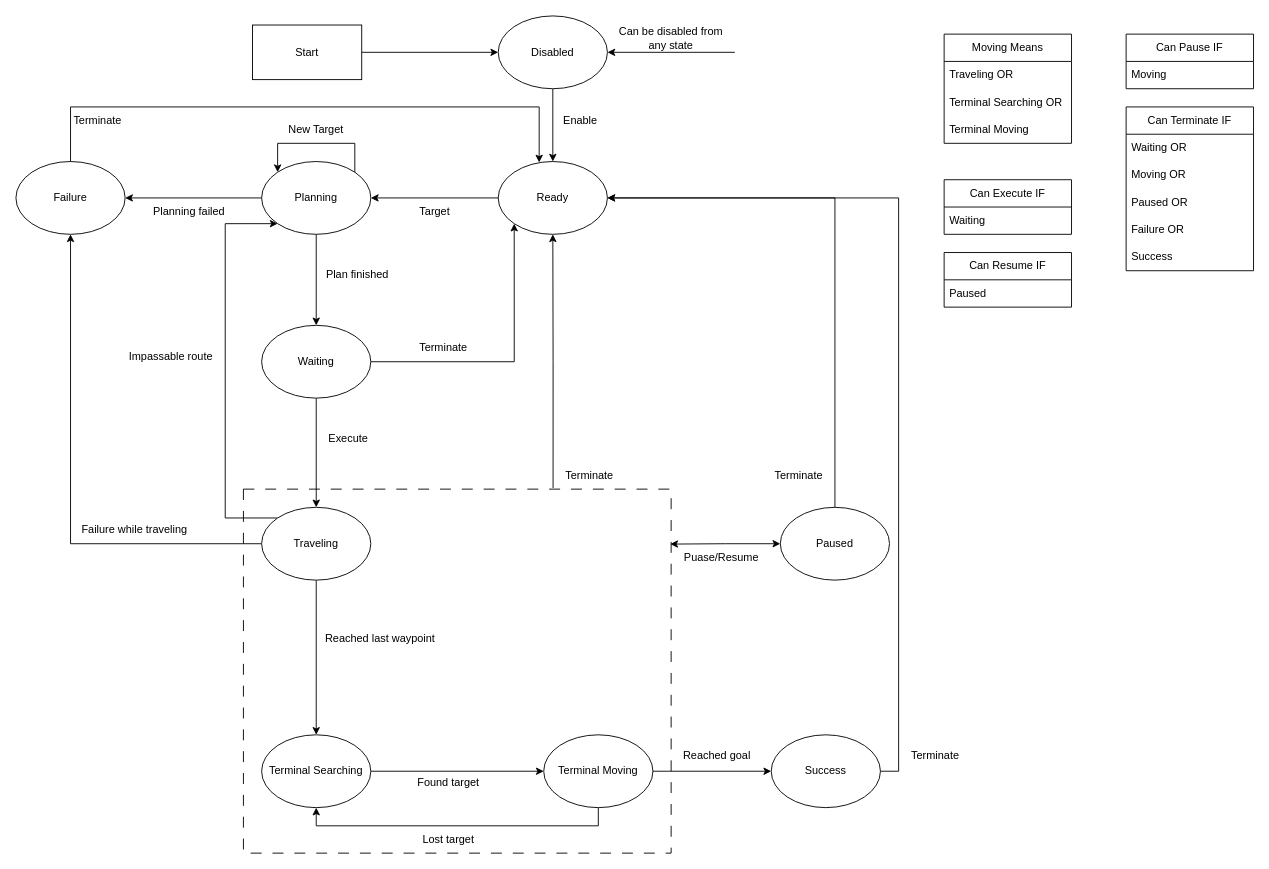
Earlier version of the draw.io diagram State Machine.drawio (GonzagaRobotics/AutoNav). Source tidied: cells renumbered, new cells numbered last; positions are measured from the earlier drawing's top-left corner, leaving out a move shared by most shapes. Both pictures are drawn from the tidied source at 91%, with x=0, y=0 at pixel (15, 15).
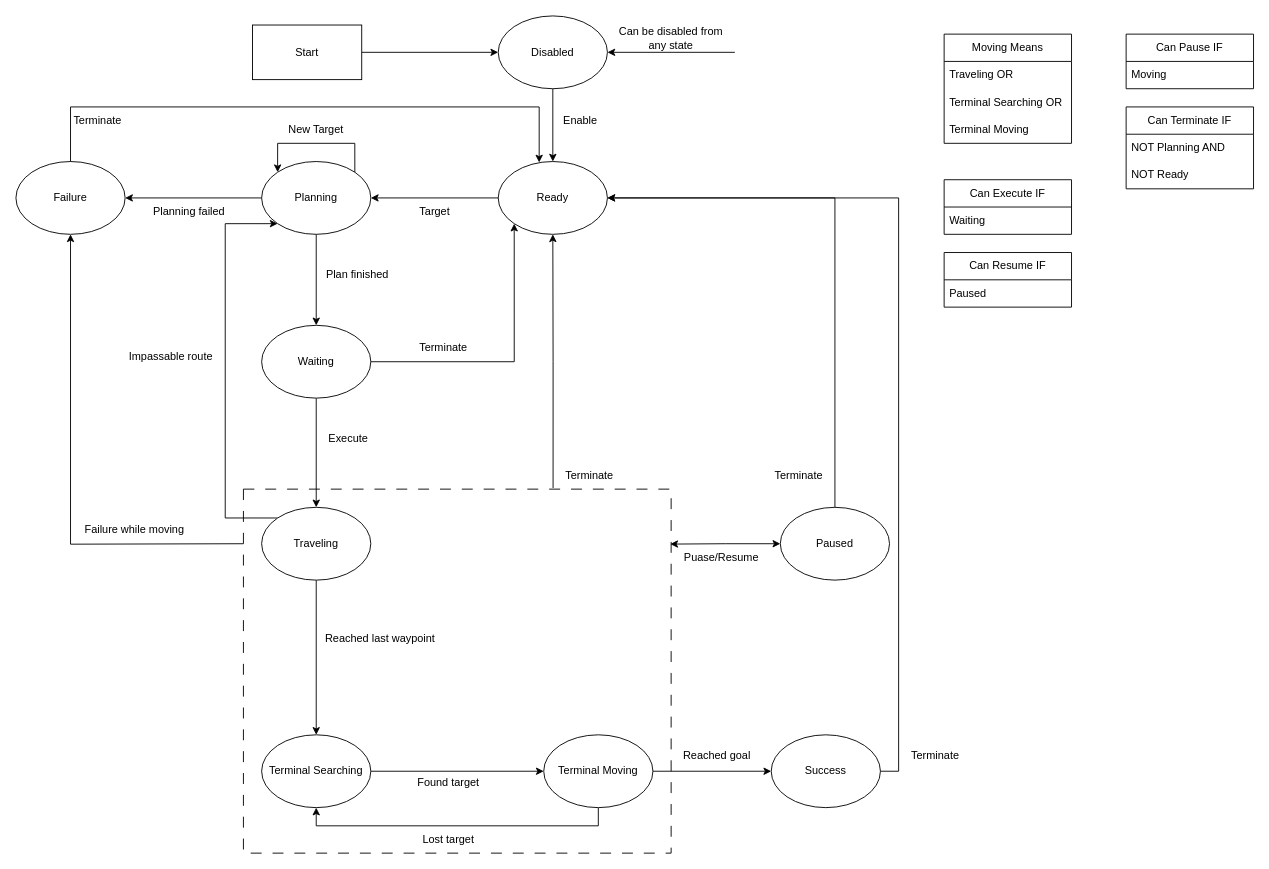
The same page after the edit.

Commit message:
Clarified diagram

Unchanged cells that the change refers to:
```xml
<mxCell id="19" value="Failure" style="ellipse;whiteSpace=wrap;html=1;" parent="1" vertex="1">
  <mxGeometry y="160" width="120" height="80" as="geometry" />
</mxCell>
<mxCell id="27" value="Traveling" style="ellipse;whiteSpace=wrap;html=1;" parent="1" vertex="1">
  <mxGeometry x="270" y="540" width="120" height="80" as="geometry" />
</mxCell>
```

What changed in the source:
```diff
@@
-    <mxCell id="24" style="edgeStyle=orthogonalEdgeStyle;rounded=0;jettySize=auto;html=1;exitX=0;exitY=0.5;exitDx=0;exitDy=0;entryX=0.5;entryY=1;entryDx=0;entryDy=0;" parent="1" edge="1" source="27" target="19">
-      <mxGeometry relative="1" as="geometry" />
+    <mxCell id="24" style="edgeStyle=orthogonalEdgeStyle;rounded=0;jettySize=auto;html=1;entryX=0.5;entryY=1;entryDx=0;entryDy=0;" parent="1" edge="1" target="19">
+      <mxGeometry relative="1" as="geometry">
+        <mxPoint x="250" y="580" as="sourcePoint" />
+      </mxGeometry>
     </mxCell>
@@
-    <mxCell id="40" value="Failure while traveling" style="text;html=1;align=center;verticalAlign=middle;strokeColor=none;fillColor=none;" parent="1" vertex="1">
-      <mxGeometry x="60" y="550" width="140" height="30" as="geometry" />
+    <mxCell id="40" value="Failure while moving" style="text;html=1;align=center;verticalAlign=middle;strokeColor=none;fillColor=none;" parent="1" vertex="1">
+      <mxGeometry x="65" y="550" width="130" height="30" as="geometry" />
     </mxCell>
@@
     <mxCell id="56" value="Can Terminate IF" style="swimlane;fontStyle=0;horizontal=1;startSize=30;whiteSpace=wrap;html=1;" parent="1" vertex="1">
-      <mxGeometry x="1220" y="100" width="140" height="180" as="geometry" />
+      <mxGeometry x="1220" y="100" width="140" height="90" as="geometry" />
     </mxCell>
-    <mxCell id="57" value="Waiting OR" style="text;strokeColor=none;fillColor=none;align=left;verticalAlign=middle;spacingLeft=4;spacingRight=4;overflow=hidden;whiteSpace=wrap;html=1;" parent="56" vertex="1">
-      <mxGeometry y="30" width="140" height="30" as="geometry" />
-    </mxCell>
-    <mxCell id="58" value="Moving OR" style="text;strokeColor=none;fillColor=none;align=left;verticalAlign=middle;spacingLeft=4;spacingRight=4;overflow=hidden;whiteSpace=wrap;html=1;" parent="56" vertex="1">
-      <mxGeometry y="60" width="140" height="30" as="geometry" />
-    </mxCell>
-    <mxCell id="59" value="Paused OR" style="text;strokeColor=none;fillColor=none;align=left;verticalAlign=middle;spacingLeft=4;spacingRight=4;overflow=hidden;whiteSpace=wrap;html=1;" parent="56" vertex="1">
-      <mxGeometry y="90" width="140" height="30" as="geometry" />
-    </mxCell>
-    <mxCell id="60" value="Failure OR" style="text;strokeColor=none;fillColor=none;align=left;verticalAlign=middle;spacingLeft=4;spacingRight=4;overflow=hidden;whiteSpace=wrap;html=1;" parent="56" vertex="1">
-      <mxGeometry y="120" width="140" height="30" as="geometry" />
-    </mxCell>
-    <mxCell id="61" value="Success" style="text;strokeColor=none;fillColor=none;align=left;verticalAlign=middle;spacingLeft=4;spacingRight=4;overflow=hidden;whiteSpace=wrap;html=1;" parent="56" vertex="1">
-      <mxGeometry y="150" width="140" height="30" as="geometry" />
+    <mxCell id="61" value="NOT Planning AND" style="text;strokeColor=none;fillColor=none;align=left;verticalAlign=middle;spacingLeft=4;spacingRight=4;overflow=hidden;whiteSpace=wrap;html=1;" parent="56" vertex="1">
+      <mxGeometry y="30" width="140" height="30" as="geometry" />
     </mxCell>
+    <mxCell id="69" value="NOT Ready" style="text;strokeColor=none;fillColor=none;align=left;verticalAlign=middle;spacingLeft=4;spacingRight=4;overflow=hidden;whiteSpace=wrap;html=1;" parent="56" vertex="1">
+      <mxGeometry y="60" width="140" height="30" as="geometry" />
+    </mxCell>
```
